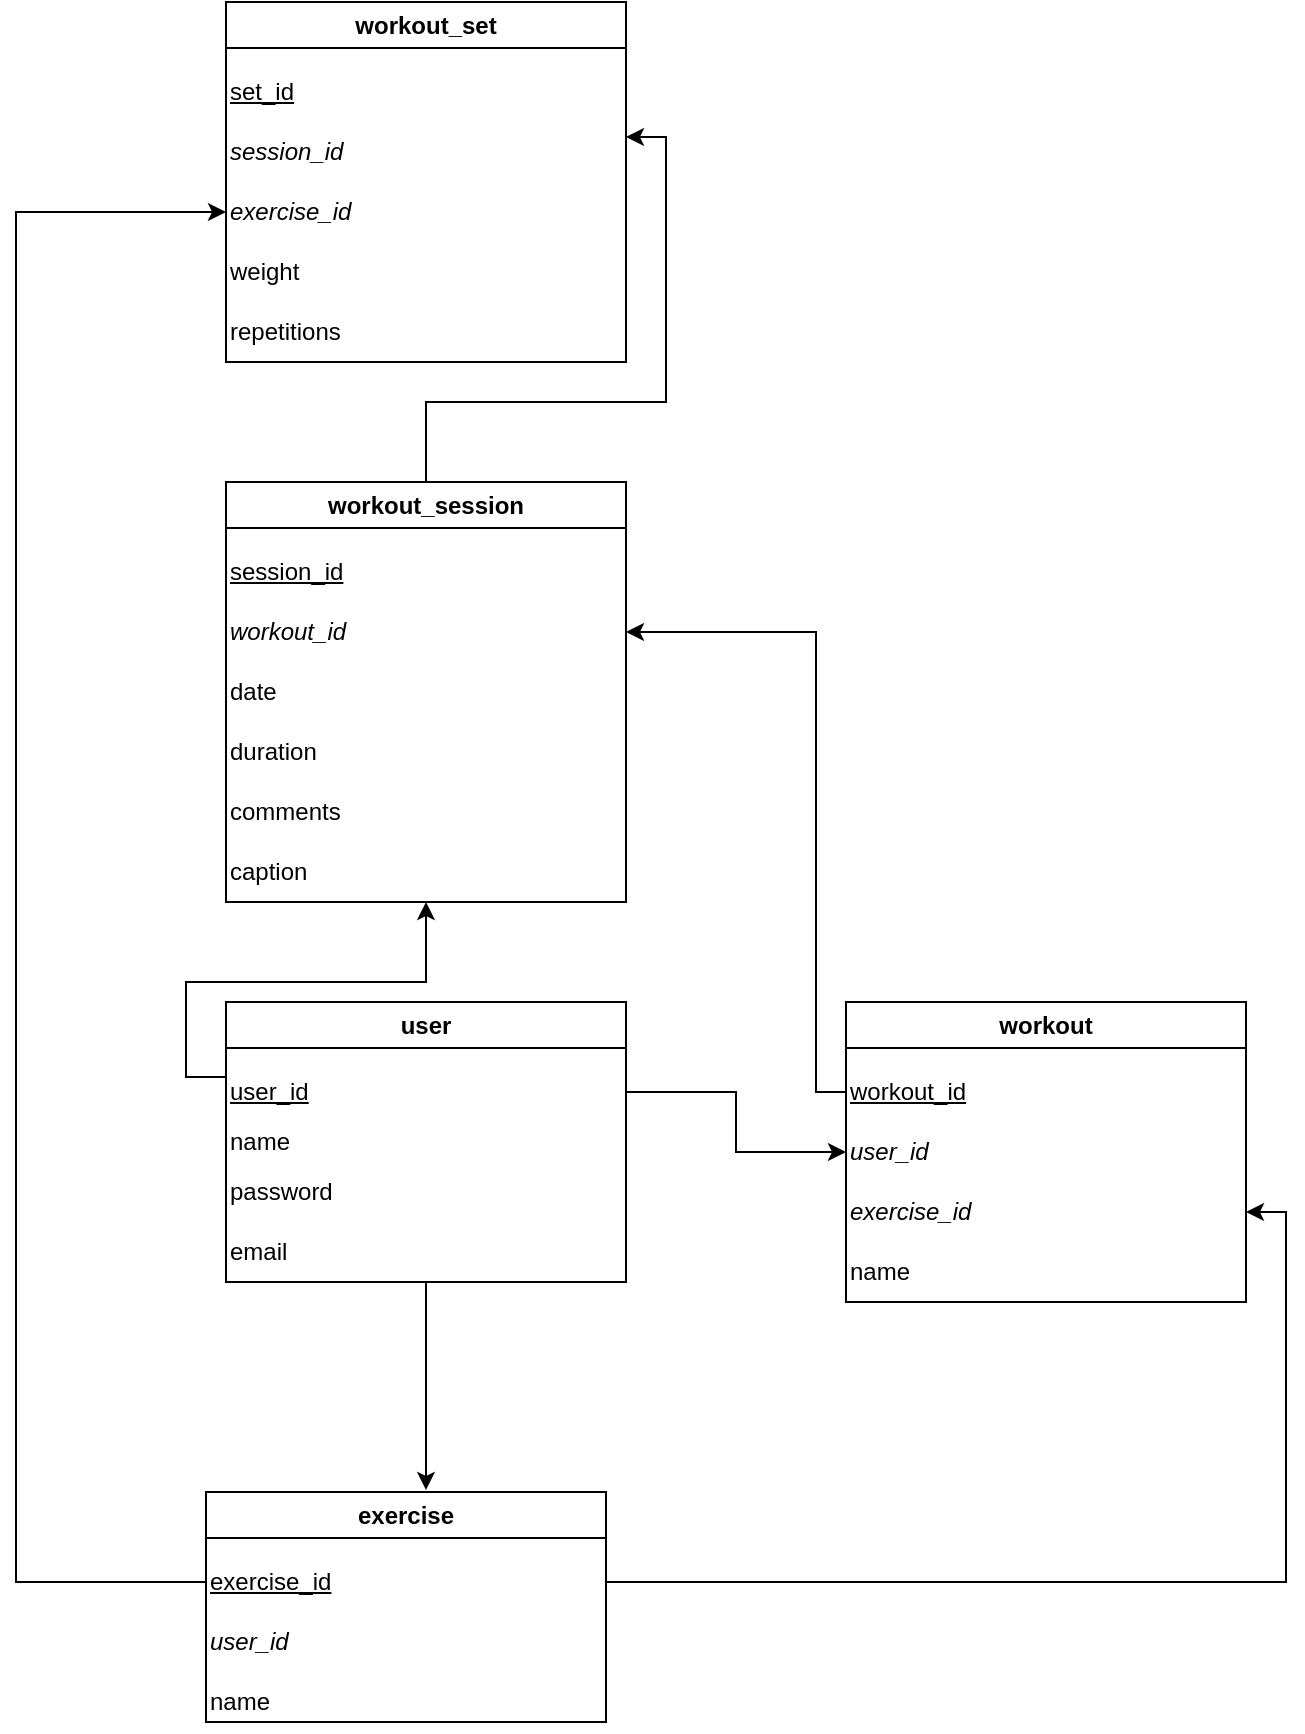
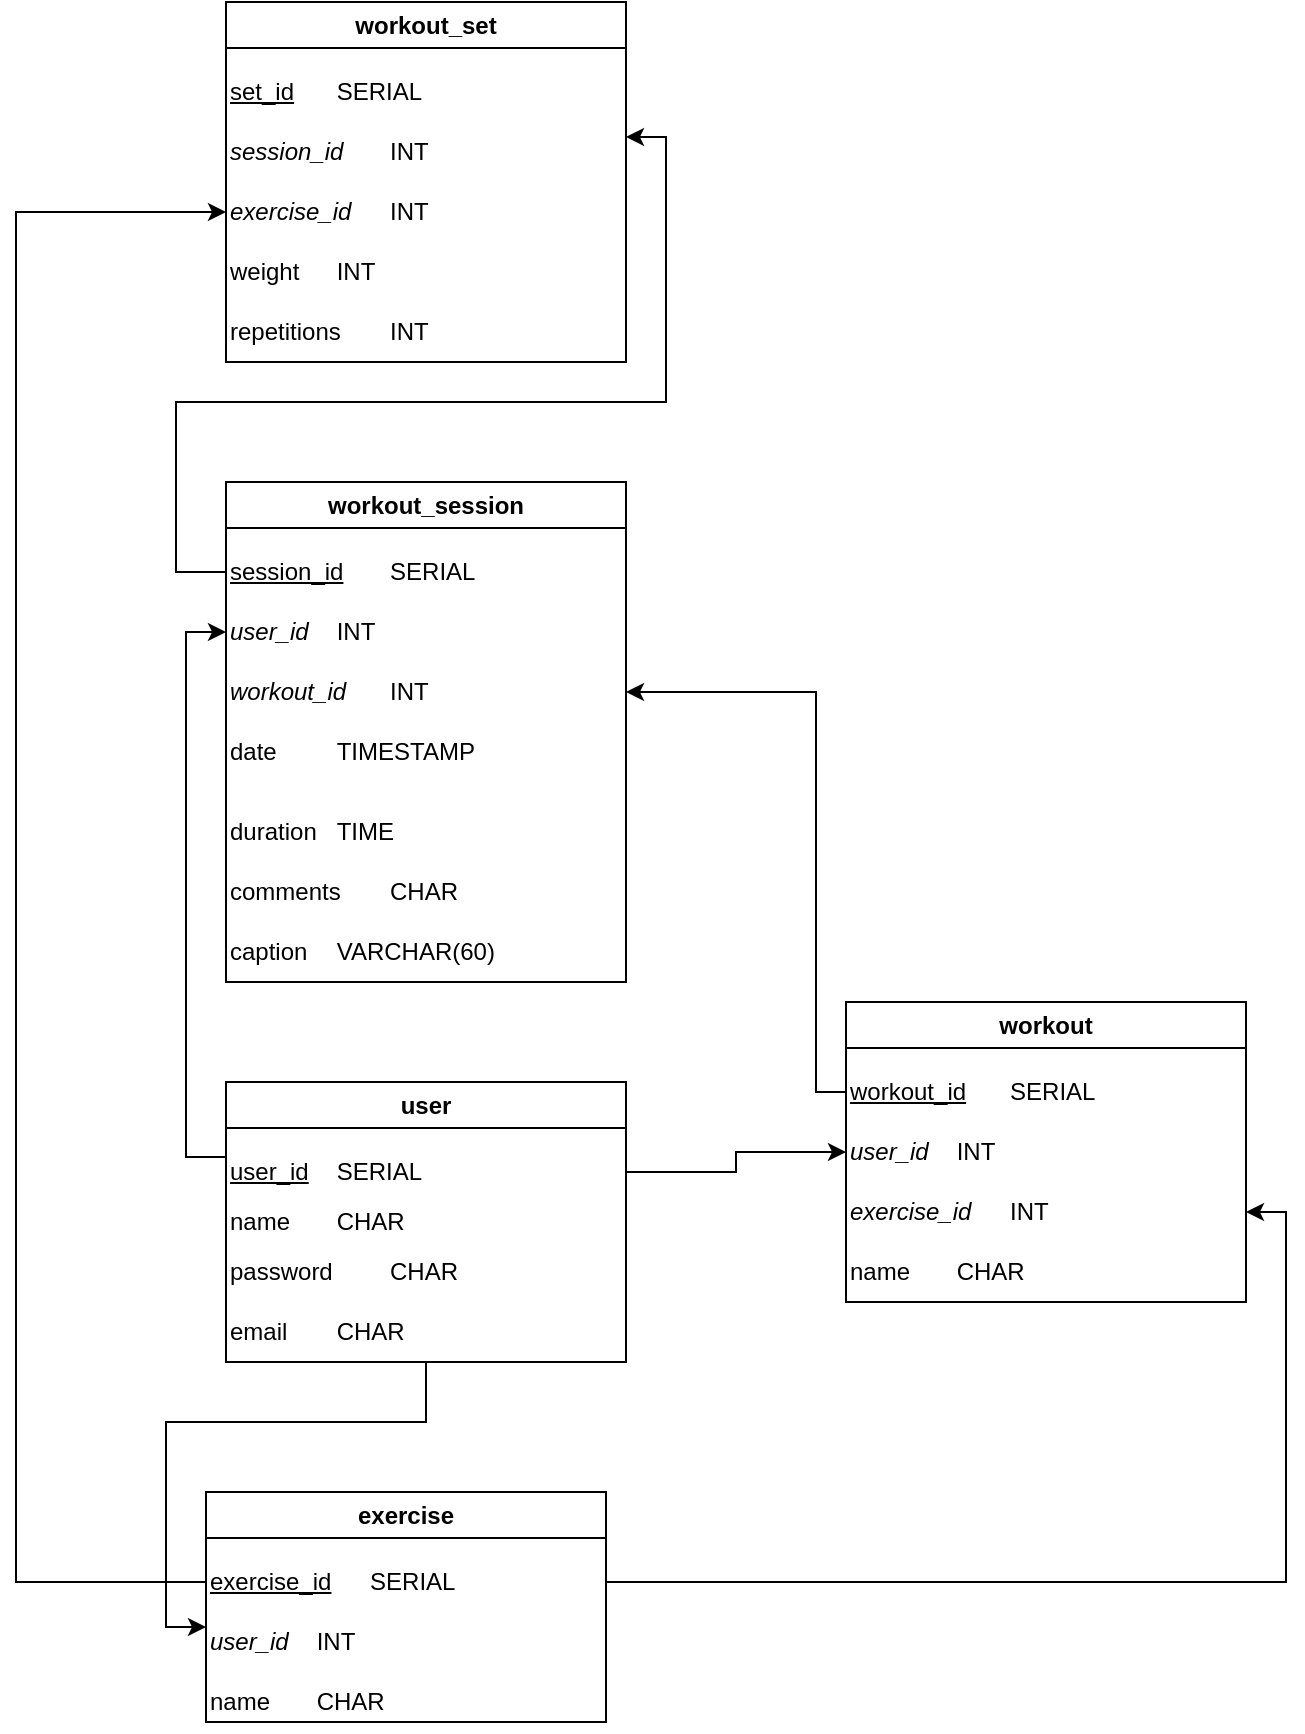
<mxfile host="app.diagrams.net" agent="Mozilla/5.0 (Windows NT 10.0; Win64; x64) AppleWebKit/537.36 (KHTML, like Gecko) Chrome/144.0.0.0 Safari/537.36" version="29.3.8">
  <diagram name="Page-1" id="LrtRzGCjUG43kJ94216D">
    <mxGraphModel dx="1213" dy="1723" grid="1" gridSize="10" guides="1" tooltips="1" connect="1" arrows="1" fold="1" page="1" pageScale="1" pageWidth="850" pageHeight="1100" math="0" shadow="0">
      <root>
        <mxCell id="0" />
        <mxCell id="1" parent="0" />
        <mxCell id="1XBpsCYcSQttsBUYuoMY-46" edge="1" parent="1" source="1XBpsCYcSQttsBUYuoMY-11" style="edgeStyle=orthogonalEdgeStyle;rounded=0;orthogonalLoop=1;jettySize=auto;html=1;entryX=0;entryY=0.5;entryDx=0;entryDy=0;exitX=1;exitY=0.5;exitDx=0;exitDy=0;" target="1XBpsCYcSQttsBUYuoMY-26">
          <mxGeometry relative="1" as="geometry" />
        </mxCell>
-         <mxCell id="1XBpsCYcSQttsBUYuoMY-50" edge="1" parent="1" source="1XBpsCYcSQttsBUYuoMY-11" style="edgeStyle=orthogonalEdgeStyle;rounded=0;orthogonalLoop=1;jettySize=auto;html=1;entryX=0.5;entryY=1;entryDx=0;entryDy=0;exitX=0;exitY=0.25;exitDx=0;exitDy=0;" target="1XBpsCYcSQttsBUYuoMY-39">
+         <mxCell id="1XBpsCYcSQttsBUYuoMY-50" edge="1" parent="1" source="1XBpsCYcSQttsBUYuoMY-11" style="edgeStyle=orthogonalEdgeStyle;rounded=0;orthogonalLoop=1;jettySize=auto;html=1;entryX=0;entryY=0.5;entryDx=0;entryDy=0;exitX=0;exitY=0.25;exitDx=0;exitDy=0;" target="qXQxGqQh2dW2IxFSwLWZ-1">
          <mxGeometry relative="1" as="geometry" />
        </mxCell>
        <mxCell id="1XBpsCYcSQttsBUYuoMY-10" parent="1" style="swimlane;whiteSpace=wrap;html=1;" value="user" vertex="1">
-           <mxGeometry height="140" width="200" x="175" y="270" as="geometry" />
+           <mxGeometry height="140" width="200" x="175" y="310" as="geometry" />
        </mxCell>
-         <mxCell id="1XBpsCYcSQttsBUYuoMY-11" parent="1XBpsCYcSQttsBUYuoMY-10" style="text;html=1;whiteSpace=wrap;strokeColor=none;fillColor=none;align=left;verticalAlign=middle;rounded=0;fontStyle=4" value="user_id" vertex="1">
+         <mxCell id="1XBpsCYcSQttsBUYuoMY-11" parent="1XBpsCYcSQttsBUYuoMY-10" style="text;html=1;whiteSpace=wrap;strokeColor=none;fillColor=none;align=left;verticalAlign=middle;rounded=0;fontStyle=0" value="&lt;u&gt;user_id&lt;/u&gt;&lt;span style=&quot;text-decoration-line: underline; white-space: pre;&quot;&gt;&#x9;&lt;/span&gt;SERIAL" vertex="1">
          <mxGeometry height="30" width="200" y="30" as="geometry" />
        </mxCell>
-         <mxCell id="1XBpsCYcSQttsBUYuoMY-13" parent="1XBpsCYcSQttsBUYuoMY-10" style="text;html=1;whiteSpace=wrap;strokeColor=none;fillColor=none;align=left;verticalAlign=middle;rounded=0;fontStyle=0" value="name" vertex="1">
+         <mxCell id="1XBpsCYcSQttsBUYuoMY-13" parent="1XBpsCYcSQttsBUYuoMY-10" style="text;html=1;whiteSpace=wrap;strokeColor=none;fillColor=none;align=left;verticalAlign=middle;rounded=0;fontStyle=0" value="name&lt;span style=&quot;white-space: pre;&quot;&gt;&#x9;&lt;/span&gt;CHAR" vertex="1">
          <mxGeometry height="30" width="200" y="55" as="geometry" />
        </mxCell>
-         <mxCell id="1XBpsCYcSQttsBUYuoMY-14" parent="1XBpsCYcSQttsBUYuoMY-10" style="text;html=1;whiteSpace=wrap;strokeColor=none;fillColor=none;align=left;verticalAlign=middle;rounded=0;fontStyle=0" value="password" vertex="1">
+         <mxCell id="1XBpsCYcSQttsBUYuoMY-14" parent="1XBpsCYcSQttsBUYuoMY-10" style="text;html=1;whiteSpace=wrap;strokeColor=none;fillColor=none;align=left;verticalAlign=middle;rounded=0;fontStyle=0" value="password&lt;span style=&quot;white-space: pre;&quot;&gt;&#x9;&lt;/span&gt;&lt;span style=&quot;white-space: pre;&quot;&gt;&#x9;&lt;/span&gt;CHAR" vertex="1">
          <mxGeometry height="30" width="200" y="80" as="geometry" />
        </mxCell>
-         <mxCell id="1XBpsCYcSQttsBUYuoMY-15" parent="1XBpsCYcSQttsBUYuoMY-10" style="text;html=1;whiteSpace=wrap;strokeColor=none;fillColor=none;align=left;verticalAlign=middle;rounded=0;fontStyle=0" value="email" vertex="1">
+         <mxCell id="1XBpsCYcSQttsBUYuoMY-15" parent="1XBpsCYcSQttsBUYuoMY-10" style="text;html=1;whiteSpace=wrap;strokeColor=none;fillColor=none;align=left;verticalAlign=middle;rounded=0;fontStyle=0" value="email&lt;span style=&quot;white-space: pre;&quot;&gt;&#x9;&lt;/span&gt;CHAR" vertex="1">
          <mxGeometry height="30" width="200" y="110" as="geometry" />
        </mxCell>
        <mxCell id="1XBpsCYcSQttsBUYuoMY-47" edge="1" parent="1" source="1XBpsCYcSQttsBUYuoMY-25" style="edgeStyle=orthogonalEdgeStyle;rounded=0;orthogonalLoop=1;jettySize=auto;html=1;exitX=0;exitY=0.5;exitDx=0;exitDy=0;entryX=1;entryY=0.5;entryDx=0;entryDy=0;" target="1XBpsCYcSQttsBUYuoMY-35">
          <mxGeometry relative="1" as="geometry">
            <Array as="points">
              <mxPoint x="470" y="315" />
-               <mxPoint x="470" y="85" />
+               <mxPoint x="470" y="115" />
            </Array>
+             <mxPoint x="420" y="110" as="targetPoint" />
          </mxGeometry>
        </mxCell>
        <mxCell id="1XBpsCYcSQttsBUYuoMY-24" parent="1" style="swimlane;whiteSpace=wrap;html=1;" value="workout" vertex="1">
          <mxGeometry height="150" width="200" x="485" y="270" as="geometry" />
        </mxCell>
-         <mxCell id="1XBpsCYcSQttsBUYuoMY-25" parent="1XBpsCYcSQttsBUYuoMY-24" style="text;html=1;whiteSpace=wrap;strokeColor=none;fillColor=none;align=left;verticalAlign=middle;rounded=0;fontStyle=4" value="workout_id" vertex="1">
+         <mxCell id="1XBpsCYcSQttsBUYuoMY-25" parent="1XBpsCYcSQttsBUYuoMY-24" style="text;html=1;whiteSpace=wrap;strokeColor=none;fillColor=none;align=left;verticalAlign=middle;rounded=0;fontStyle=0" value="&lt;u&gt;workout_id&lt;/u&gt;&lt;span style=&quot;white-space: pre;&quot;&gt;&#x9;&lt;/span&gt;SERIAL" vertex="1">
          <mxGeometry height="30" width="200" y="30" as="geometry" />
        </mxCell>
-         <mxCell id="1XBpsCYcSQttsBUYuoMY-26" parent="1XBpsCYcSQttsBUYuoMY-24" style="text;html=1;whiteSpace=wrap;strokeColor=none;fillColor=none;align=left;verticalAlign=middle;rounded=0;fontStyle=0" value="&lt;i&gt;user_id&lt;/i&gt;" vertex="1">
+         <mxCell id="1XBpsCYcSQttsBUYuoMY-26" parent="1XBpsCYcSQttsBUYuoMY-24" style="text;html=1;whiteSpace=wrap;strokeColor=none;fillColor=none;align=left;verticalAlign=middle;rounded=0;fontStyle=0" value="&lt;i&gt;user_id&lt;/i&gt;&lt;span style=&quot;font-style: italic; white-space: pre;&quot;&gt;&#x9;&lt;/span&gt;INT" vertex="1">
          <mxGeometry height="30" width="200" y="60" as="geometry" />
        </mxCell>
-         <mxCell id="1XBpsCYcSQttsBUYuoMY-27" parent="1XBpsCYcSQttsBUYuoMY-24" style="text;html=1;whiteSpace=wrap;strokeColor=none;fillColor=none;align=left;verticalAlign=middle;rounded=0;fontStyle=0" value="&lt;i&gt;exercise_id&lt;/i&gt;" vertex="1">
+         <mxCell id="1XBpsCYcSQttsBUYuoMY-27" parent="1XBpsCYcSQttsBUYuoMY-24" style="text;html=1;whiteSpace=wrap;strokeColor=none;fillColor=none;align=left;verticalAlign=middle;rounded=0;fontStyle=0" value="&lt;i&gt;exercise_id&amp;nbsp;&lt;/i&gt;&lt;span style=&quot;font-style: italic; white-space: pre;&quot;&gt;&#x9;&lt;/span&gt;INT" vertex="1">
          <mxGeometry height="30" width="200" y="90" as="geometry" />
        </mxCell>
-         <mxCell id="1XBpsCYcSQttsBUYuoMY-28" parent="1XBpsCYcSQttsBUYuoMY-24" style="text;html=1;whiteSpace=wrap;strokeColor=none;fillColor=none;align=left;verticalAlign=middle;rounded=0;fontStyle=0" value="name" vertex="1">
+         <mxCell id="1XBpsCYcSQttsBUYuoMY-28" parent="1XBpsCYcSQttsBUYuoMY-24" style="text;html=1;whiteSpace=wrap;strokeColor=none;fillColor=none;align=left;verticalAlign=middle;rounded=0;fontStyle=0" value="name&lt;span style=&quot;white-space: pre;&quot;&gt;&#x9;&lt;/span&gt;CHAR" vertex="1">
          <mxGeometry height="30" width="200" y="120" as="geometry" />
        </mxCell>
        <mxCell id="1XBpsCYcSQttsBUYuoMY-29" parent="1" style="swimlane;whiteSpace=wrap;html=1;" value="exercise" vertex="1">
          <mxGeometry height="115" width="200" x="165" y="515" as="geometry" />
        </mxCell>
-         <mxCell id="1XBpsCYcSQttsBUYuoMY-30" parent="1XBpsCYcSQttsBUYuoMY-29" style="text;html=1;whiteSpace=wrap;strokeColor=none;fillColor=none;align=left;verticalAlign=middle;rounded=0;fontStyle=0" value="&lt;u&gt;exercise_id&lt;/u&gt;" vertex="1">
+         <mxCell id="1XBpsCYcSQttsBUYuoMY-30" parent="1XBpsCYcSQttsBUYuoMY-29" style="text;html=1;whiteSpace=wrap;strokeColor=none;fillColor=none;align=left;verticalAlign=middle;rounded=0;fontStyle=0" value="&lt;span&gt;&lt;u&gt;exercise_id&lt;/u&gt;&lt;span style=&quot;white-space: pre;&quot;&gt;&#x9;&lt;/span&gt;SERIAL&lt;/span&gt;" vertex="1">
          <mxGeometry height="30" width="200" y="30" as="geometry" />
        </mxCell>
-         <mxCell id="1XBpsCYcSQttsBUYuoMY-31" parent="1XBpsCYcSQttsBUYuoMY-29" style="text;html=1;whiteSpace=wrap;strokeColor=none;fillColor=none;align=left;verticalAlign=middle;rounded=0;fontStyle=0" value="&lt;i&gt;user_id&lt;/i&gt;" vertex="1">
+         <mxCell id="1XBpsCYcSQttsBUYuoMY-31" parent="1XBpsCYcSQttsBUYuoMY-29" style="text;html=1;whiteSpace=wrap;strokeColor=none;fillColor=none;align=left;verticalAlign=middle;rounded=0;fontStyle=0" value="&lt;i&gt;user_id&lt;/i&gt;&lt;span style=&quot;font-style: italic; white-space: pre;&quot;&gt;&#x9;&lt;/span&gt;INT" vertex="1">
          <mxGeometry height="30" width="200" y="60" as="geometry" />
        </mxCell>
-         <mxCell id="1XBpsCYcSQttsBUYuoMY-32" parent="1XBpsCYcSQttsBUYuoMY-29" style="text;html=1;whiteSpace=wrap;strokeColor=none;fillColor=none;align=left;verticalAlign=middle;rounded=0;fontStyle=0" value="name" vertex="1">
+         <mxCell id="1XBpsCYcSQttsBUYuoMY-32" parent="1XBpsCYcSQttsBUYuoMY-29" style="text;html=1;whiteSpace=wrap;strokeColor=none;fillColor=none;align=left;verticalAlign=middle;rounded=0;fontStyle=0" value="name&lt;span style=&quot;white-space: pre;&quot;&gt;&#x9;&lt;/span&gt;CHAR" vertex="1">
          <mxGeometry height="30" width="200" y="90" as="geometry" />
        </mxCell>
-         <mxCell id="1XBpsCYcSQttsBUYuoMY-51" edge="1" parent="1" source="1XBpsCYcSQttsBUYuoMY-33" style="edgeStyle=orthogonalEdgeStyle;rounded=0;orthogonalLoop=1;jettySize=auto;html=1;exitX=0.5;exitY=0;exitDx=0;exitDy=0;entryX=1;entryY=0.25;entryDx=0;entryDy=0;" target="1XBpsCYcSQttsBUYuoMY-42">
+         <mxCell id="1XBpsCYcSQttsBUYuoMY-51" edge="1" parent="1" source="1XBpsCYcSQttsBUYuoMY-34" style="edgeStyle=orthogonalEdgeStyle;rounded=0;orthogonalLoop=1;jettySize=auto;html=1;exitX=0;exitY=0.5;exitDx=0;exitDy=0;entryX=1;entryY=0.25;entryDx=0;entryDy=0;" target="1XBpsCYcSQttsBUYuoMY-42">
          <mxGeometry relative="1" as="geometry">
            <Array as="points">
-               <mxPoint x="275" y="-30" />
+               <mxPoint x="150" y="55" />
+               <mxPoint x="150" y="-30" />
              <mxPoint x="395" y="-30" />
              <mxPoint x="395" y="-162" />
            </Array>
          </mxGeometry>
        </mxCell>
        <mxCell id="1XBpsCYcSQttsBUYuoMY-33" parent="1" style="swimlane;whiteSpace=wrap;html=1;" value="workout_session" vertex="1">
-           <mxGeometry height="210" width="200" x="175" y="10" as="geometry" />
+           <mxGeometry height="250" width="200" x="175" y="10" as="geometry" />
        </mxCell>
-         <mxCell id="1XBpsCYcSQttsBUYuoMY-34" parent="1XBpsCYcSQttsBUYuoMY-33" style="text;html=1;whiteSpace=wrap;strokeColor=none;fillColor=none;align=left;verticalAlign=middle;rounded=0;fontStyle=4" value="session_id" vertex="1">
+         <mxCell id="1XBpsCYcSQttsBUYuoMY-34" parent="1XBpsCYcSQttsBUYuoMY-33" style="text;html=1;whiteSpace=wrap;strokeColor=none;fillColor=none;align=left;verticalAlign=middle;rounded=0;fontStyle=0" value="&lt;u&gt;session_id&lt;/u&gt;&lt;span style=&quot;text-decoration-line: underline; white-space: pre;&quot;&gt;&#x9;&lt;/span&gt;SERIAL" vertex="1">
          <mxGeometry height="30" width="200" y="30" as="geometry" />
        </mxCell>
-         <mxCell id="1XBpsCYcSQttsBUYuoMY-35" parent="1XBpsCYcSQttsBUYuoMY-33" style="text;html=1;whiteSpace=wrap;strokeColor=none;fillColor=none;align=left;verticalAlign=middle;rounded=0;fontStyle=0" value="&lt;i&gt;workout_id&lt;/i&gt;" vertex="1">
-           <mxGeometry height="30" width="200" y="60" as="geometry" />
-         </mxCell>
-         <mxCell id="1XBpsCYcSQttsBUYuoMY-36" parent="1XBpsCYcSQttsBUYuoMY-33" style="text;html=1;whiteSpace=wrap;strokeColor=none;fillColor=none;align=left;verticalAlign=middle;rounded=0;fontStyle=0" value="date" vertex="1">
+         <mxCell id="1XBpsCYcSQttsBUYuoMY-35" parent="1XBpsCYcSQttsBUYuoMY-33" style="text;html=1;whiteSpace=wrap;strokeColor=none;fillColor=none;align=left;verticalAlign=middle;rounded=0;fontStyle=0" value="&lt;i&gt;workout_id&lt;/i&gt;&lt;span style=&quot;font-style: italic; white-space: pre;&quot;&gt;&#x9;&lt;/span&gt;INT" vertex="1">
          <mxGeometry height="30" width="200" y="90" as="geometry" />
        </mxCell>
-         <mxCell id="1XBpsCYcSQttsBUYuoMY-37" parent="1XBpsCYcSQttsBUYuoMY-33" style="text;html=1;whiteSpace=wrap;strokeColor=none;fillColor=none;align=left;verticalAlign=middle;rounded=0;fontStyle=0" value="duration" vertex="1">
+         <mxCell id="1XBpsCYcSQttsBUYuoMY-36" parent="1XBpsCYcSQttsBUYuoMY-33" style="text;html=1;whiteSpace=wrap;strokeColor=none;fillColor=none;align=left;verticalAlign=middle;rounded=0;fontStyle=0" value="date&lt;span style=&quot;white-space: pre;&quot;&gt;&#x9;&lt;/span&gt;&lt;span style=&quot;white-space: pre;&quot;&gt;&#x9;&lt;/span&gt;TIMESTAMP" vertex="1">
          <mxGeometry height="30" width="200" y="120" as="geometry" />
        </mxCell>
-         <mxCell id="1XBpsCYcSQttsBUYuoMY-38" parent="1XBpsCYcSQttsBUYuoMY-33" style="text;html=1;whiteSpace=wrap;strokeColor=none;fillColor=none;align=left;verticalAlign=middle;rounded=0;fontStyle=0" value="comments" vertex="1">
-           <mxGeometry height="30" width="200" y="150" as="geometry" />
+         <mxCell id="1XBpsCYcSQttsBUYuoMY-37" parent="1XBpsCYcSQttsBUYuoMY-33" style="text;html=1;whiteSpace=wrap;strokeColor=none;fillColor=none;align=left;verticalAlign=middle;rounded=0;fontStyle=0" value="duration&lt;span style=&quot;white-space: pre;&quot;&gt;&#x9;&lt;/span&gt;TIME" vertex="1">
+           <mxGeometry height="30" width="200" y="160" as="geometry" />
        </mxCell>
-         <mxCell id="1XBpsCYcSQttsBUYuoMY-39" parent="1XBpsCYcSQttsBUYuoMY-33" style="text;html=1;whiteSpace=wrap;strokeColor=none;fillColor=none;align=left;verticalAlign=middle;rounded=0;fontStyle=0" value="caption" vertex="1">
-           <mxGeometry height="30" width="200" y="180" as="geometry" />
+         <mxCell id="1XBpsCYcSQttsBUYuoMY-38" parent="1XBpsCYcSQttsBUYuoMY-33" style="text;html=1;whiteSpace=wrap;strokeColor=none;fillColor=none;align=left;verticalAlign=middle;rounded=0;fontStyle=0" value="comments&lt;span style=&quot;white-space: pre;&quot;&gt;&#x9;&lt;/span&gt;CHAR" vertex="1">
+           <mxGeometry height="30" width="200" y="190" as="geometry" />
+         </mxCell>
+         <mxCell id="1XBpsCYcSQttsBUYuoMY-39" parent="1XBpsCYcSQttsBUYuoMY-33" style="text;html=1;whiteSpace=wrap;strokeColor=none;fillColor=none;align=left;verticalAlign=middle;rounded=0;fontStyle=0" value="caption&lt;span style=&quot;white-space: pre;&quot;&gt;&#x9;&lt;/span&gt;VARCHAR(60)" vertex="1">
+           <mxGeometry height="30" width="200" y="220" as="geometry" />
+         </mxCell>
+         <mxCell id="qXQxGqQh2dW2IxFSwLWZ-1" parent="1XBpsCYcSQttsBUYuoMY-33" style="text;html=1;whiteSpace=wrap;strokeColor=none;fillColor=none;align=left;verticalAlign=middle;rounded=0;fontStyle=0" value="&lt;i&gt;user_id&lt;span style=&quot;white-space: pre;&quot;&gt;&#x9;&lt;/span&gt;&lt;/i&gt;INT" vertex="1">
+           <mxGeometry height="30" width="200" y="60" as="geometry" />
        </mxCell>
        <mxCell id="1XBpsCYcSQttsBUYuoMY-40" parent="1" style="swimlane;whiteSpace=wrap;html=1;" value="workout_set" vertex="1">
          <mxGeometry height="180" width="200" x="175" y="-230" as="geometry" />
        </mxCell>
-         <mxCell id="1XBpsCYcSQttsBUYuoMY-41" parent="1XBpsCYcSQttsBUYuoMY-40" style="text;html=1;whiteSpace=wrap;strokeColor=none;fillColor=none;align=left;verticalAlign=middle;rounded=0;fontStyle=4" value="set_id" vertex="1">
+         <mxCell id="1XBpsCYcSQttsBUYuoMY-41" parent="1XBpsCYcSQttsBUYuoMY-40" style="text;html=1;whiteSpace=wrap;strokeColor=none;fillColor=none;align=left;verticalAlign=middle;rounded=0;fontStyle=0" value="&lt;u&gt;set_id&lt;/u&gt;&lt;span style=&quot;white-space: pre;&quot;&gt;&#x9;&lt;/span&gt;SERIAL" vertex="1">
          <mxGeometry height="30" width="200" y="30" as="geometry" />
        </mxCell>
-         <mxCell id="1XBpsCYcSQttsBUYuoMY-42" parent="1XBpsCYcSQttsBUYuoMY-40" style="text;html=1;whiteSpace=wrap;strokeColor=none;fillColor=none;align=left;verticalAlign=middle;rounded=0;fontStyle=0" value="&lt;i&gt;session_id&lt;/i&gt;" vertex="1">
+         <mxCell id="1XBpsCYcSQttsBUYuoMY-42" parent="1XBpsCYcSQttsBUYuoMY-40" style="text;html=1;whiteSpace=wrap;strokeColor=none;fillColor=none;align=left;verticalAlign=middle;rounded=0;fontStyle=0" value="&lt;i&gt;session_id&lt;/i&gt;&lt;span style=&quot;font-style: italic; white-space: pre;&quot;&gt;&#x9;&lt;/span&gt;INT" vertex="1">
          <mxGeometry height="30" width="200" y="60" as="geometry" />
        </mxCell>
-         <mxCell id="1XBpsCYcSQttsBUYuoMY-43" parent="1XBpsCYcSQttsBUYuoMY-40" style="text;html=1;whiteSpace=wrap;strokeColor=none;fillColor=none;align=left;verticalAlign=middle;rounded=0;fontStyle=0" value="repetitions" vertex="1">
+         <mxCell id="1XBpsCYcSQttsBUYuoMY-43" parent="1XBpsCYcSQttsBUYuoMY-40" style="text;html=1;whiteSpace=wrap;strokeColor=none;fillColor=none;align=left;verticalAlign=middle;rounded=0;fontStyle=0" value="repetitions&lt;span style=&quot;white-space: pre;&quot;&gt;&#x9;&lt;/span&gt;INT" vertex="1">
          <mxGeometry height="30" width="200" y="150" as="geometry" />
        </mxCell>
-         <mxCell id="1XBpsCYcSQttsBUYuoMY-44" parent="1XBpsCYcSQttsBUYuoMY-40" style="text;html=1;whiteSpace=wrap;strokeColor=none;fillColor=none;align=left;verticalAlign=middle;rounded=0;fontStyle=0" value="weight" vertex="1">
+         <mxCell id="1XBpsCYcSQttsBUYuoMY-44" parent="1XBpsCYcSQttsBUYuoMY-40" style="text;html=1;whiteSpace=wrap;strokeColor=none;fillColor=none;align=left;verticalAlign=middle;rounded=0;fontStyle=0" value="weight&lt;span style=&quot;white-space: pre;&quot;&gt;&#x9;&lt;/span&gt;INT" vertex="1">
          <mxGeometry height="30" width="200" y="120" as="geometry" />
        </mxCell>
-         <mxCell id="1XBpsCYcSQttsBUYuoMY-45" parent="1XBpsCYcSQttsBUYuoMY-40" style="text;html=1;whiteSpace=wrap;strokeColor=none;fillColor=none;align=left;verticalAlign=middle;rounded=0;fontStyle=0" value="&lt;i&gt;exercise_id&lt;/i&gt;" vertex="1">
+         <mxCell id="1XBpsCYcSQttsBUYuoMY-45" parent="1XBpsCYcSQttsBUYuoMY-40" style="text;html=1;whiteSpace=wrap;strokeColor=none;fillColor=none;align=left;verticalAlign=middle;rounded=0;fontStyle=0" value="&lt;i&gt;exercise_id&lt;/i&gt;&lt;span style=&quot;font-style: italic; white-space: pre;&quot;&gt;&#x9;&lt;/span&gt;INT" vertex="1">
          <mxGeometry height="30" width="200" y="90" as="geometry" />
        </mxCell>
-         <mxCell id="1XBpsCYcSQttsBUYuoMY-48" edge="1" parent="1" source="1XBpsCYcSQttsBUYuoMY-15" style="edgeStyle=orthogonalEdgeStyle;rounded=0;orthogonalLoop=1;jettySize=auto;html=1;exitX=0.5;exitY=1;exitDx=0;exitDy=0;entryX=0.55;entryY=-0.009;entryDx=0;entryDy=0;entryPerimeter=0;" target="1XBpsCYcSQttsBUYuoMY-29">
-           <mxGeometry relative="1" as="geometry" />
+         <mxCell id="1XBpsCYcSQttsBUYuoMY-48" edge="1" parent="1" source="1XBpsCYcSQttsBUYuoMY-15" style="edgeStyle=orthogonalEdgeStyle;rounded=0;orthogonalLoop=1;jettySize=auto;html=1;exitX=0.5;exitY=1;exitDx=0;exitDy=0;entryX=0;entryY=0.25;entryDx=0;entryDy=0;" target="1XBpsCYcSQttsBUYuoMY-31">
+           <mxGeometry relative="1" as="geometry">
+             <Array as="points">
+               <mxPoint x="275" y="480" />
+               <mxPoint x="145" y="480" />
+               <mxPoint x="145" y="583" />
+             </Array>
+           </mxGeometry>
        </mxCell>
        <mxCell id="1XBpsCYcSQttsBUYuoMY-49" edge="1" parent="1" source="1XBpsCYcSQttsBUYuoMY-30" style="edgeStyle=orthogonalEdgeStyle;rounded=0;orthogonalLoop=1;jettySize=auto;html=1;entryX=0;entryY=0.5;entryDx=0;entryDy=0;exitX=0;exitY=0.5;exitDx=0;exitDy=0;" target="1XBpsCYcSQttsBUYuoMY-45">
          <mxGeometry relative="1" as="geometry">
            <Array as="points">
              <mxPoint x="70" y="560" />
              <mxPoint x="70" y="-125" />
            </Array>
          </mxGeometry>
        </mxCell>
        <mxCell id="1XBpsCYcSQttsBUYuoMY-52" edge="1" parent="1" source="1XBpsCYcSQttsBUYuoMY-30" style="edgeStyle=orthogonalEdgeStyle;rounded=0;orthogonalLoop=1;jettySize=auto;html=1;entryX=1;entryY=0.5;entryDx=0;entryDy=0;exitX=1;exitY=0.5;exitDx=0;exitDy=0;" target="1XBpsCYcSQttsBUYuoMY-27">
          <mxGeometry relative="1" as="geometry" />
        </mxCell>
      </root>
    </mxGraphModel>
  </diagram>
</mxfile>
